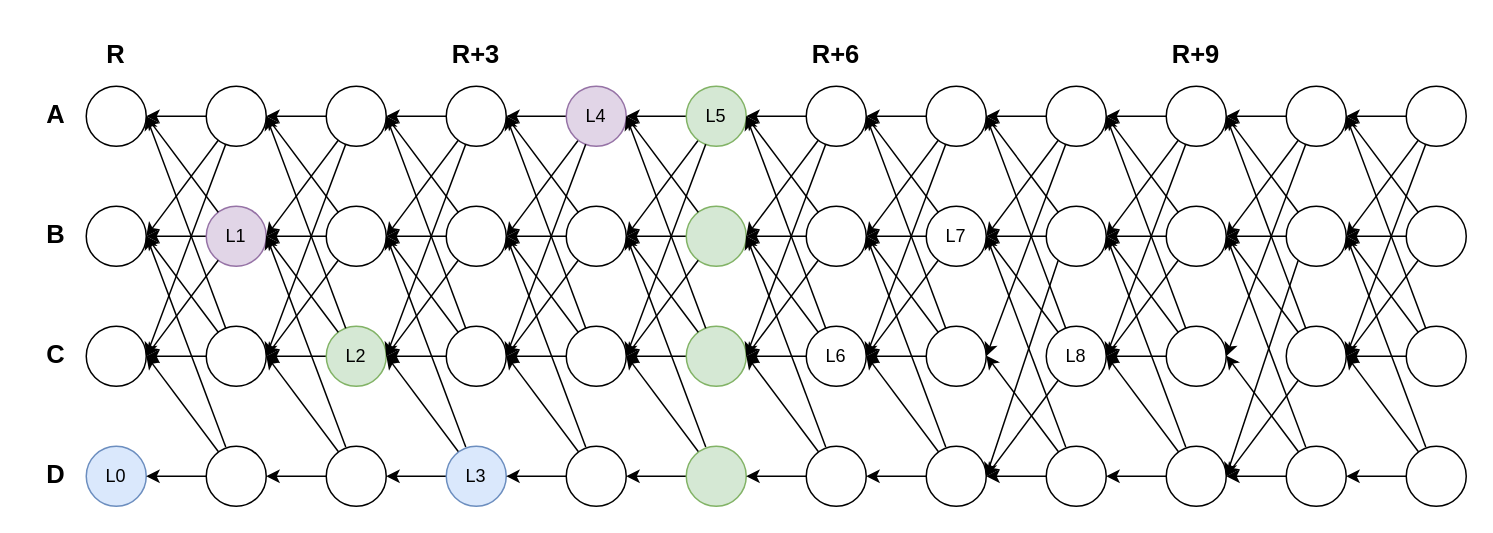
Above: Untitled Diagram.drawio in asonnino/various-diagrams (draw.io), before the change. Source tidied: cells renumbered, new cells numbered last; positions are measured from the earlier drawing's top-left corner, leaving out a move shared by most shapes. Both pictures are drawn from the tidied source at 150%, with x=0, y=0 at pixel (26, 26).
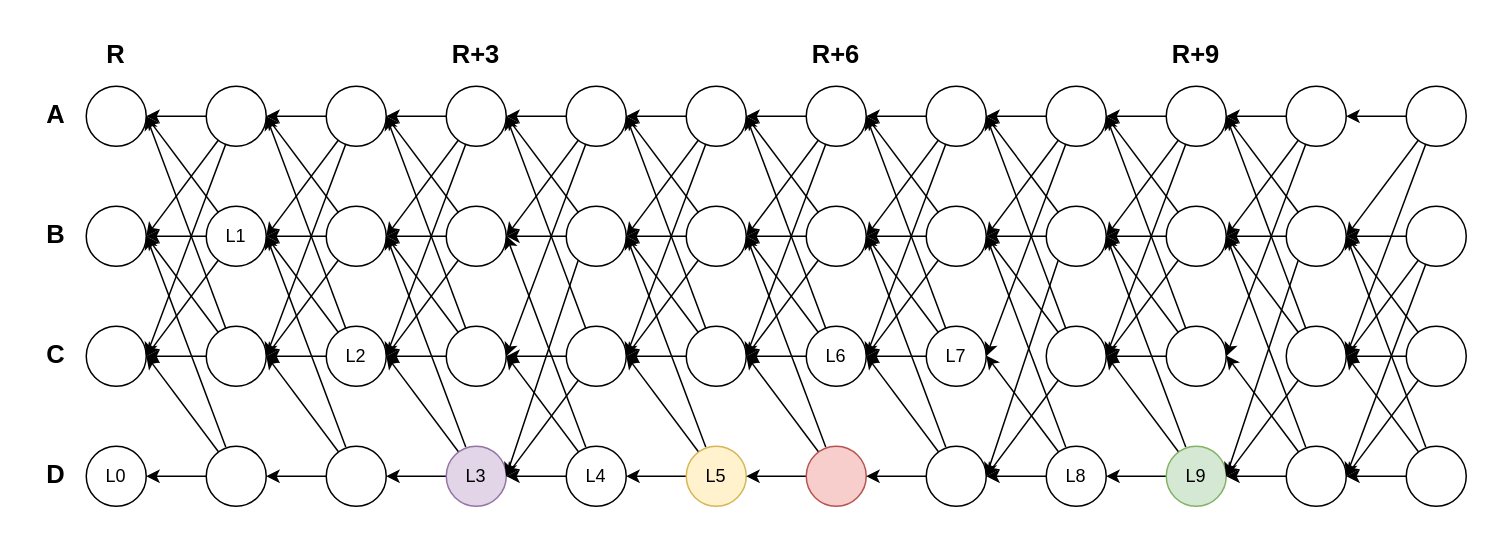
After the change.

Unchanged cells that the change refers to:
```xml
<mxCell id="67" style="ellipse;whiteSpace=wrap;html=1;" parent="1" vertex="1">
  <mxGeometry x="360" y="200" width="40" height="40" as="geometry" />
</mxCell>
<mxCell id="166" style="ellipse;whiteSpace=wrap;html=1;" parent="1" vertex="1">
  <mxGeometry x="840" y="280" width="40" height="40" as="geometry" />
</mxCell>
<mxCell id="178" style="ellipse;whiteSpace=wrap;html=1;" parent="1" vertex="1">
  <mxGeometry x="920" y="120" width="40" height="40" as="geometry" />
</mxCell>
<mxCell id="180" style="ellipse;whiteSpace=wrap;html=1;" parent="1" vertex="1">
  <mxGeometry x="920" y="200" width="40" height="40" as="geometry" />
</mxCell>
```

Diff of the diagram source:
```diff
@@
-    <mxCell id="3" value="&lt;b&gt;&lt;font style=&quot;font-size: 17px;&quot;&gt;A&lt;/font&gt;&lt;/b&gt;" style="text;html=1;strokeColor=none;fillColor=none;align=center;verticalAlign=middle;whiteSpace=wrap;rounded=0;" parent="1" vertex="1">
+    <mxCell id="3" value="&lt;b&gt;&lt;font style=&quot;font-size: 17px;&quot;&gt;A&lt;/font&gt;&lt;/b&gt;" style="text;html=1;align=center;verticalAlign=middle;whiteSpace=wrap;rounded=0;" parent="1" vertex="1">
       <mxGeometry y="40" width="40" height="40" as="geometry" />
     </mxCell>
@@
-    <mxCell id="5" value="&lt;b&gt;&lt;font style=&quot;font-size: 17px;&quot;&gt;B&lt;/font&gt;&lt;/b&gt;" style="text;html=1;strokeColor=none;fillColor=none;align=center;verticalAlign=middle;whiteSpace=wrap;rounded=0;" parent="1" vertex="1">
+    <mxCell id="5" value="&lt;b&gt;&lt;font style=&quot;font-size: 17px;&quot;&gt;B&lt;/font&gt;&lt;/b&gt;" style="text;html=1;align=center;verticalAlign=middle;whiteSpace=wrap;rounded=0;" parent="1" vertex="1">
       <mxGeometry y="120" width="40" height="40" as="geometry" />
     </mxCell>
@@
-    <mxCell id="7" value="&lt;b&gt;&lt;font style=&quot;font-size: 17px;&quot;&gt;C&lt;/font&gt;&lt;/b&gt;" style="text;html=1;strokeColor=none;fillColor=none;align=center;verticalAlign=middle;whiteSpace=wrap;rounded=0;" parent="1" vertex="1">
+    <mxCell id="7" value="&lt;b&gt;&lt;font style=&quot;font-size: 17px;&quot;&gt;C&lt;/font&gt;&lt;/b&gt;" style="text;html=1;align=center;verticalAlign=middle;whiteSpace=wrap;rounded=0;" parent="1" vertex="1">
       <mxGeometry y="200" width="40" height="40" as="geometry" />
     </mxCell>
-    <mxCell id="8" value="L0" style="ellipse;whiteSpace=wrap;html=1;fillColor=#dae8fc;strokeColor=#6c8ebf;" parent="1" vertex="1">
+    <mxCell id="8" value="L0" style="ellipse;whiteSpace=wrap;html=1;" parent="1" vertex="1">
       <mxGeometry x="40" y="280" width="40" height="40" as="geometry" />
     </mxCell>
-    <mxCell id="9" value="&lt;b&gt;&lt;font style=&quot;font-size: 17px;&quot;&gt;D&lt;/font&gt;&lt;/b&gt;" style="text;html=1;strokeColor=none;fillColor=none;align=center;verticalAlign=middle;whiteSpace=wrap;rounded=0;" parent="1" vertex="1">
+    <mxCell id="9" value="&lt;b&gt;&lt;font style=&quot;font-size: 17px;&quot;&gt;D&lt;/font&gt;&lt;/b&gt;" style="text;html=1;align=center;verticalAlign=middle;whiteSpace=wrap;rounded=0;" parent="1" vertex="1">
       <mxGeometry y="280" width="40" height="40" as="geometry" />
     </mxCell>
@@
-    <mxCell id="14" value="L1" style="ellipse;whiteSpace=wrap;html=1;fillColor=#e1d5e7;strokeColor=#9673a6;" parent="1" vertex="1">
+    <mxCell id="14" value="L1" style="ellipse;whiteSpace=wrap;html=1;" parent="1" vertex="1">
       <mxGeometry x="120" y="120" width="40" height="40" as="geometry" />
     </mxCell>
@@
-    <mxCell id="35" value="L2" style="ellipse;whiteSpace=wrap;html=1;fillColor=#d5e8d4;strokeColor=#82b366;" parent="1" vertex="1">
+    <mxCell id="35" value="L2" style="ellipse;whiteSpace=wrap;html=1;" parent="1" vertex="1">
       <mxGeometry x="200" y="200" width="40" height="40" as="geometry" />
     </mxCell>
@@
-    <mxCell id="53" value="L3" style="ellipse;whiteSpace=wrap;html=1;fillColor=#dae8fc;strokeColor=#6c8ebf;" parent="1" vertex="1">
+    <mxCell id="53" value="L3" style="ellipse;whiteSpace=wrap;html=1;fillColor=#e1d5e7;strokeColor=#9673a6;" parent="1" vertex="1">
       <mxGeometry x="280" y="280" width="40" height="40" as="geometry" />
     </mxCell>
@@
-    <mxCell id="63" value="L4" style="ellipse;whiteSpace=wrap;html=1;fillColor=#e1d5e7;strokeColor=#9673a6;" parent="1" vertex="1">
+    <mxCell id="63" style="ellipse;whiteSpace=wrap;html=1;" parent="1" vertex="1">
       <mxGeometry x="360" y="40" width="40" height="40" as="geometry" />
     </mxCell>
@@
-    <mxCell id="69" style="ellipse;whiteSpace=wrap;html=1;" parent="1" vertex="1">
+    <mxCell id="69" value="L4" style="ellipse;whiteSpace=wrap;html=1;" parent="1" vertex="1">
       <mxGeometry x="360" y="280" width="40" height="40" as="geometry" />
     </mxCell>
@@
-    <mxCell id="71" style="rounded=0;orthogonalLoop=1;jettySize=auto;html=1;entryX=1;entryY=0.5;entryDx=0;entryDy=0;" parent="1" edge="1">
+    <mxCell id="71" style="rounded=0;jettySize=auto;html=1;entryX=1;entryY=0.5;entryDx=0;entryDy=0;" parent="1" edge="1" target="53">
       <mxGeometry relative="1" as="geometry">
         <mxPoint x="368" y="156" as="sourcePoint" />
-        <mxPoint x="320" y="220" as="targetPoint" />
       </mxGeometry>
     </mxCell>
@@
-    <mxCell id="74" style="rounded=0;orthogonalLoop=1;jettySize=auto;html=1;entryX=1;entryY=0.5;entryDx=0;entryDy=0;" parent="1" edge="1">
-      <mxGeometry relative="1" as="geometry">
-        <mxPoint x="368" y="204" as="sourcePoint" />
-        <mxPoint x="320" y="140" as="targetPoint" />
-      </mxGeometry>
+    <mxCell id="74" style="rounded=0;jettySize=auto;html=1;entryX=1;entryY=0.5;entryDx=0;entryDy=0;" parent="1" edge="1" source="67" target="53">
+      <mxGeometry relative="1" as="geometry" />
     </mxCell>
@@
-    <mxCell id="79" value="L5" style="ellipse;whiteSpace=wrap;html=1;fillColor=#d5e8d4;strokeColor=#82b366;" parent="1" vertex="1">
+    <mxCell id="79" style="ellipse;whiteSpace=wrap;html=1;" parent="1" vertex="1">
       <mxGeometry x="440" y="40" width="40" height="40" as="geometry" />
     </mxCell>
@@
-    <mxCell id="81" style="ellipse;whiteSpace=wrap;html=1;fillColor=#d5e8d4;strokeColor=#82b366;" parent="1" vertex="1">
+    <mxCell id="81" style="ellipse;whiteSpace=wrap;html=1;" parent="1" vertex="1">
       <mxGeometry x="440" y="120" width="40" height="40" as="geometry" />
     </mxCell>
@@
-    <mxCell id="83" style="ellipse;whiteSpace=wrap;html=1;fillColor=#d5e8d4;strokeColor=#82b366;" parent="1" vertex="1">
+    <mxCell id="83" style="ellipse;whiteSpace=wrap;html=1;" parent="1" vertex="1">
       <mxGeometry x="440" y="200" width="40" height="40" as="geometry" />
     </mxCell>
@@
-    <mxCell id="85" style="ellipse;whiteSpace=wrap;html=1;fillColor=#d5e8d4;strokeColor=#82b366;" parent="1" vertex="1">
+    <mxCell id="85" value="L5" style="ellipse;whiteSpace=wrap;html=1;fillColor=#fff2cc;strokeColor=#d6b656;" parent="1" vertex="1">
       <mxGeometry x="440" y="280" width="40" height="40" as="geometry" />
     </mxCell>
@@
-    <mxCell id="101" style="ellipse;whiteSpace=wrap;html=1;" parent="1" vertex="1">
+    <mxCell id="101" style="ellipse;whiteSpace=wrap;html=1;fillColor=#f8cecc;strokeColor=#b85450;" parent="1" vertex="1">
       <mxGeometry x="520" y="280" width="40" height="40" as="geometry" />
     </mxCell>
@@
-    <mxCell id="113" value="L7" style="ellipse;whiteSpace=wrap;html=1;" parent="1" vertex="1">
+    <mxCell id="113" style="ellipse;whiteSpace=wrap;html=1;" parent="1" vertex="1">
       <mxGeometry x="600" y="120" width="40" height="40" as="geometry" />
     </mxCell>
@@
-    <mxCell id="115" style="ellipse;whiteSpace=wrap;html=1;" parent="1" vertex="1">
+    <mxCell id="115" value="L7" style="ellipse;whiteSpace=wrap;html=1;" parent="1" vertex="1">
       <mxGeometry x="600" y="200" width="40" height="40" as="geometry" />
     </mxCell>
@@
-    <mxCell id="131" value="L8" style="ellipse;whiteSpace=wrap;html=1;" parent="1" vertex="1">
+    <mxCell id="131" style="ellipse;whiteSpace=wrap;html=1;" parent="1" vertex="1">
       <mxGeometry x="680" y="200" width="40" height="40" as="geometry" />
     </mxCell>
@@
-    <mxCell id="133" style="ellipse;whiteSpace=wrap;html=1;" parent="1" vertex="1">
+    <mxCell id="133" value="L8" style="ellipse;whiteSpace=wrap;html=1;" parent="1" vertex="1">
       <mxGeometry x="680" y="280" width="40" height="40" as="geometry" />
     </mxCell>
@@
-    <mxCell id="149" style="ellipse;whiteSpace=wrap;html=1;" parent="1" vertex="1">
+    <mxCell id="149" value="L9" style="ellipse;whiteSpace=wrap;html=1;fillColor=#d5e8d4;strokeColor=#82b366;" parent="1" vertex="1">
       <mxGeometry x="760" y="280" width="40" height="40" as="geometry" />
     </mxCell>
@@
-    <mxCell id="185" style="rounded=0;jettySize=auto;html=1;entryX=1;entryY=0.5;entryDx=0;entryDy=0;" parent="1" edge="1" source="178">
-      <mxGeometry relative="1" as="geometry">
-        <mxPoint x="880" y="60" as="targetPoint" />
-      </mxGeometry>
+    <mxCell id="185" style="rounded=0;jettySize=auto;html=1;entryX=1;entryY=0.5;entryDx=0;entryDy=0;" parent="1" edge="1" source="178" target="166">
+      <mxGeometry relative="1" as="geometry" />
     </mxCell>
-    <mxCell id="186" style="rounded=0;jettySize=auto;html=1;entryX=1;entryY=0.5;entryDx=0;entryDy=0;" parent="1" edge="1" source="180">
-      <mxGeometry relative="1" as="geometry">
-        <mxPoint x="880" y="60" as="targetPoint" />
-      </mxGeometry>
+    <mxCell id="186" style="rounded=0;jettySize=auto;html=1;entryX=1;entryY=0.5;entryDx=0;entryDy=0;" parent="1" edge="1" source="180" target="166">
+      <mxGeometry relative="1" as="geometry" />
     </mxCell>
```
